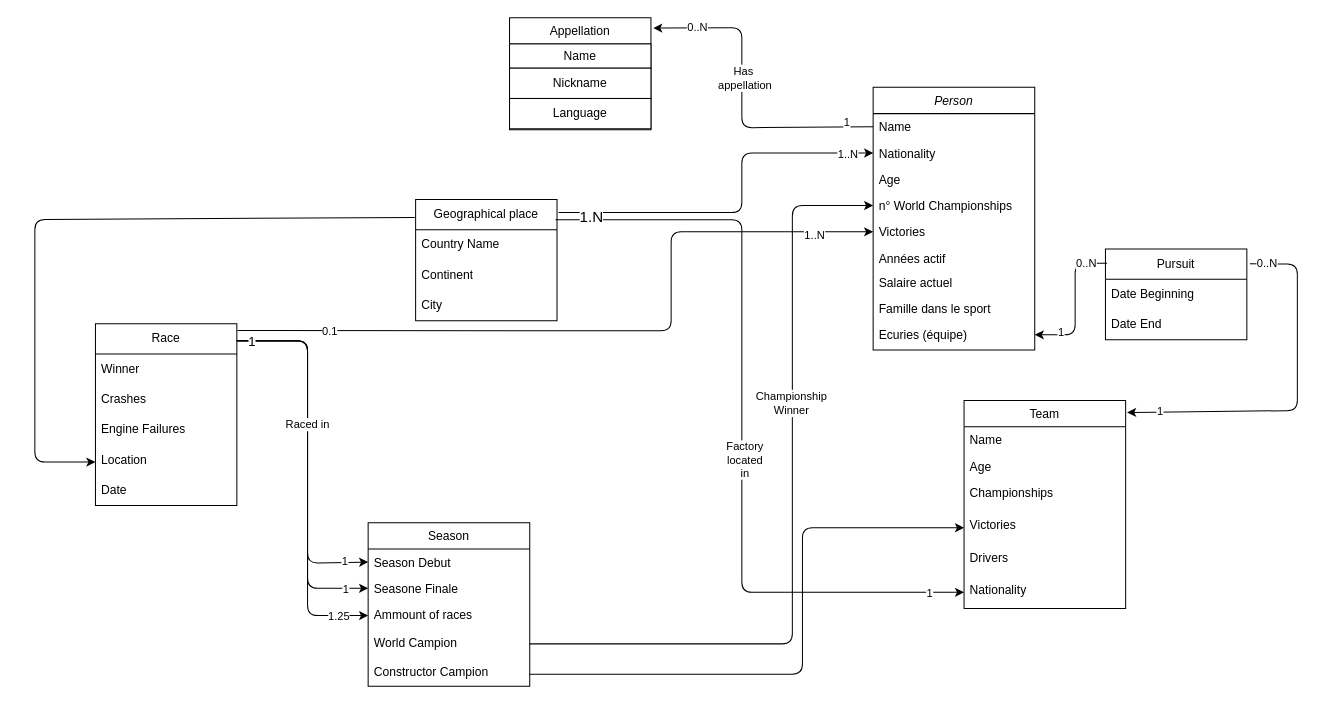
Before: Diagrames Conducteurs(1).drawio in Yoan0/Automobilistes, a draw.io diagram. Source tidied: cells renumbered, new cells numbered last; positions are measured from the earlier drawing's top-left corner, leaving out a move shared by most shapes. Both pictures are drawn from the tidied source at 101%, with x=0, y=0 at pixel (34, 17).
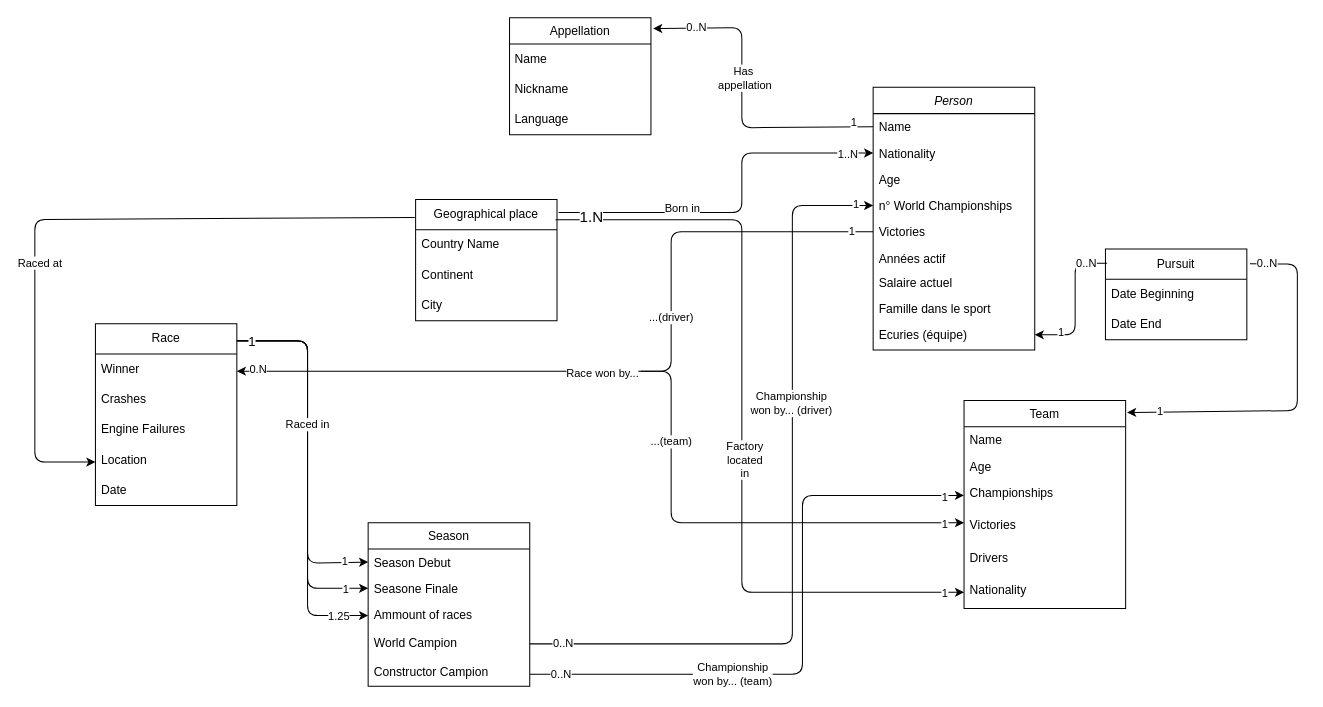
The same diagram, later.

The change refers to these unchanged cells:
```xml
<mxCell id="8" value="Nationality" style="text;align=left;verticalAlign=top;spacingLeft=4;spacingRight=4;overflow=hidden;points=[[0,0.5],[1,0.5]];portConstraint=eastwest;rounded=0;shadow=0;html=0;" parent="6" vertex="1">
  <mxGeometry y="52" width="160" height="26" as="geometry" />
</mxCell>
<mxCell id="11" value="Victories" style="text;align=left;verticalAlign=top;spacingLeft=4;spacingRight=4;overflow=hidden;points=[[0,0.5],[1,0.5]];portConstraint=eastwest;rounded=0;shadow=0;html=0;" parent="6" vertex="1">
  <mxGeometry y="130" width="160" height="26" as="geometry" />
</mxCell>
<mxCell id="19" value="Championships" style="text;align=left;verticalAlign=top;spacingLeft=4;spacingRight=4;overflow=hidden;points=[[0,0.5],[1,0.5]];portConstraint=eastwest;" parent="16" vertex="1">
  <mxGeometry y="78" width="160" height="32" as="geometry" />
</mxCell>
<mxCell id="20" value="Victories" style="text;align=left;verticalAlign=top;spacingLeft=4;spacingRight=4;overflow=hidden;points=[[0,0.5],[1,0.5]];portConstraint=eastwest;" parent="16" vertex="1">
  <mxGeometry y="110" width="160" height="32" as="geometry" />
</mxCell>
<mxCell id="33" style="curved=0;endArrow=classic;html=1;rounded=1;exitX=0;exitY=0.5;exitDx=0;exitDy=0;entryX=1.016;entryY=0.093;entryDx=0;entryDy=0;entryPerimeter=0;" parent="1" edge="1" source="7" target="29">
  <mxGeometry relative="1" as="geometry">
    <Array as="points">
      <mxPoint x="700" y="109" />
      <mxPoint x="700" y="10" />
    </Array>
  </mxGeometry>
</mxCell>
<mxCell id="37" value="Geographical place" style="swimlane;fontStyle=0;horizontal=1;startSize=30;whiteSpace=wrap;html=1;" parent="1" vertex="1">
  <mxGeometry x="377" y="180" width="140" height="120" as="geometry" />
</mxCell>
<mxCell id="41" style="curved=0;endArrow=classic;html=1;rounded=1;entryX=0;entryY=0.5;entryDx=0;entryDy=0;exitX=0.99;exitY=0.167;exitDx=0;exitDy=0;exitPerimeter=0;" parent="1" edge="1" source="37" target="22">
  <mxGeometry relative="1" as="geometry">
    <Array as="points">
      <mxPoint x="700" y="200" />
      <mxPoint x="700" y="569" />
    </Array>
  </mxGeometry>
</mxCell>
<mxCell id="44" style="curved=0;endArrow=classic;html=1;rounded=1;entryX=0;entryY=0.5;entryDx=0;entryDy=0;exitX=1;exitY=0.5;exitDx=0;exitDy=0;" parent="1" edge="1" source="27" target="10">
  <mxGeometry relative="1" as="geometry">
    <Array as="points">
      <mxPoint x="750" y="620" />
      <mxPoint x="750" y="186" />
    </Array>
  </mxGeometry>
</mxCell>
<mxCell id="55" value="Race" style="swimlane;fontStyle=0;horizontal=1;startSize=30;whiteSpace=wrap;html=1;" parent="1" vertex="1">
  <mxGeometry x="60" y="303" width="140" height="180" as="geometry" />
</mxCell>
<mxCell id="61" style="curved=0;endArrow=classic;html=1;rounded=1;exitX=-0.006;exitY=0.148;exitDx=0;exitDy=0;exitPerimeter=0;" parent="1" edge="1" source="37">
  <mxGeometry relative="1" as="geometry">
    <mxPoint x="60" y="440" as="targetPoint" />
    <Array as="points">
      <mxPoint y="200" />
      <mxPoint y="440" />
    </Array>
  </mxGeometry>
</mxCell>
```

Diff of the diagram source:
```diff
@@
     <mxCell id="29" value="Appellation" style="swimlane;fontStyle=0;align=center;verticalAlign=top;horizontal=1;startSize=26;rounded=0;shadow=0;strokeWidth=1;" parent="1" vertex="1">
-      <mxGeometry x="470" width="140" height="111" as="geometry" />
+      <mxGeometry x="470" width="140" height="116" as="geometry" />
     </mxCell>
-    <mxCell id="30" value="Name" style="rounded=0;whiteSpace=wrap;html=1;" parent="29" vertex="1">
-      <mxGeometry y="26" width="140" height="24" as="geometry" />
+    <mxCell id="30" value="&amp;nbsp;Name" style="text;html=1;align=left;verticalAlign=middle;strokeColor=none;fillColor=none;" parent="29" vertex="1">
+      <mxGeometry y="26" width="140" height="30" as="geometry" />
     </mxCell>
-    <mxCell id="31" value="Nickname" style="whiteSpace=wrap;html=1;rounded=0;" parent="29" vertex="1">
-      <mxGeometry y="50" width="140" height="30" as="geometry" />
+    <mxCell id="31" value="&amp;nbsp;Nickname" style="text;html=1;align=left;verticalAlign=middle;strokeColor=none;fillColor=none;" parent="29" vertex="1">
+      <mxGeometry y="56" width="140" height="30" as="geometry" />
     </mxCell>
-    <mxCell id="32" value="Language" style="whiteSpace=wrap;html=1;" parent="29" vertex="1">
-      <mxGeometry y="80" width="140" height="30" as="geometry" />
+    <mxCell id="32" value="&amp;nbsp;Language" style="text;html=1;align=left;verticalAlign=middle;strokeColor=none;fillColor=none;" parent="29" vertex="1">
+      <mxGeometry y="86" width="140" height="30" as="geometry" />
     </mxCell>
@@
     <mxCell id="35" value="1" style="edgeLabel;html=1;align=center;verticalAlign=middle;" parent="33" vertex="1">
       <mxGeometry x="-0.84" y="-5" relative="1" as="geometry">
-        <mxPoint x="-1" as="offset" />
+        <mxPoint x="6" as="offset" />
       </mxGeometry>
     </mxCell>
@@
     <mxCell id="42" value="1" style="edgeLabel;html=1;align=center;verticalAlign=middle;" parent="41" vertex="1">
-      <mxGeometry x="0.91" relative="1" as="geometry" />
+      <mxGeometry x="0.91" relative="1" as="geometry">
+        <mxPoint x="15" as="offset" />
+      </mxGeometry>
     </mxCell>
@@
-    <mxCell id="45" value="&lt;div&gt;Championship&lt;/div&gt;&lt;div&gt;Winner&lt;br&gt;&lt;/div&gt;" style="edgeLabel;html=1;align=center;verticalAlign=middle;" parent="44" vertex="1">
+    <mxCell id="45" value="&lt;div&gt;Championship&lt;/div&gt;&lt;div&gt;won by... (driver)&lt;br&gt;&lt;/div&gt;" style="edgeLabel;html=1;align=center;verticalAlign=middle;" parent="44" vertex="1">
       <mxGeometry x="0.13" y="2" relative="1" as="geometry">
         <mxPoint y="-62" as="offset" />
       </mxGeometry>
     </mxCell>
+    <mxCell id="73" value="1" style="edgeLabel;html=1;align=center;verticalAlign=middle;" parent="44" vertex="1">
+      <mxGeometry x="0.93" y="2" relative="1" as="geometry">
+        <mxPoint x="9" as="offset" />
+      </mxGeometry>
+    </mxCell>
+    <mxCell id="74" value="0..N" style="edgeLabel;html=1;align=center;verticalAlign=middle;" parent="44" vertex="1">
+      <mxGeometry x="-0.93" y="1" relative="1" as="geometry">
+        <mxPoint x="5" as="offset" />
+      </mxGeometry>
+    </mxCell>
@@
+    <mxCell id="75" value="Raced at" style="edgeLabel;html=1;align=center;verticalAlign=middle;" parent="61" vertex="1">
+      <mxGeometry x="0.24" y="4" relative="1" as="geometry" />
+    </mxCell>
-    <mxCell id="62" style="curved=0;endArrow=classic;html=1;rounded=1;entryX=0;entryY=0.5;entryDx=0;entryDy=0;" parent="1" edge="1" target="20">
+    <mxCell id="62" style="curved=0;endArrow=classic;html=1;rounded=1;entryX=0;entryY=0.5;entryDx=0;entryDy=0;" parent="1" edge="1" target="19">
       <mxGeometry relative="1" as="geometry">
         <mxPoint x="490" y="650" as="sourcePoint" />
         <Array as="points">
           <mxPoint x="760" y="650" />
-          <mxPoint x="760" y="505" />
+          <mxPoint x="760" y="473" />
         </Array>
       </mxGeometry>
     </mxCell>
+    <mxCell id="76" value="&lt;div&gt;Championship&lt;/div&gt;&lt;div&gt;won by... (team)&lt;br&gt;&lt;/div&gt;" style="edgeLabel;html=1;align=center;verticalAlign=middle;" parent="62" vertex="1">
+      <mxGeometry x="-0.34" y="1" relative="1" as="geometry" />
+    </mxCell>
+    <mxCell id="77" value="0..N" style="edgeLabel;html=1;align=center;verticalAlign=middle;" parent="62" vertex="1">
+      <mxGeometry x="-0.9" y="1" relative="1" as="geometry" />
+    </mxCell>
+    <mxCell id="78" value="1" style="edgeLabel;html=1;align=center;verticalAlign=middle;" parent="62" vertex="1">
+      <mxGeometry x="0.92" y="-1" relative="1" as="geometry">
+        <mxPoint x="4" as="offset" />
+      </mxGeometry>
+    </mxCell>
@@
+    <mxCell id="70" style="curved=0;endArrow=classic;html=1;rounded=1;exitX=1.011;exitY=0.107;exitDx=0;exitDy=0;exitPerimeter=0;entryX=0;entryY=0.5;entryDx=0;entryDy=0;" parent="1" edge="1" source="37" target="8">
+      <mxGeometry relative="1" as="geometry">
+        <Array as="points">
+          <mxPoint x="700" y="193" />
+          <mxPoint x="700" y="134" />
+        </Array>
+      </mxGeometry>
+    </mxCell>
+    <mxCell id="71" value="1..N" style="edgeLabel;html=1;align=center;verticalAlign=middle;" parent="70" vertex="1">
+      <mxGeometry x="0.86" relative="1" as="geometry" />
+    </mxCell>
+    <mxCell id="79" value="Born in" style="edgeLabel;html=1;align=center;verticalAlign=middle;" parent="70" vertex="1">
+      <mxGeometry x="-0.2" y="4" relative="1" as="geometry">
+        <mxPoint x="-26" as="offset" />
+      </mxGeometry>
+    </mxCell>
+    <mxCell id="72" value="1.N" style="edgeLabel;html=1;align=center;verticalAlign=middle;fontSize=15;" parent="1" vertex="1">
+      <mxGeometry x="560" y="199" as="geometry">
+        <mxPoint x="-10" y="-3" as="offset" />
+      </mxGeometry>
+    </mxCell>
-    <mxCell id="67" style="curved=0;endArrow=classic;html=1;rounded=1;exitX=1.004;exitY=0.037;exitDx=0;exitDy=0;exitPerimeter=0;entryX=0;entryY=0.5;entryDx=0;entryDy=0;" parent="1" edge="1" source="55" target="11">
+    <mxCell id="67" style="curved=0;endArrow=classic;html=1;rounded=1;exitX=0;exitY=0.5;exitDx=0;exitDy=0;" parent="1" edge="1" source="11">
       <mxGeometry relative="1" as="geometry">
+        <mxPoint x="200" y="350" as="targetPoint" />
         <Array as="points">
-          <mxPoint x="630" y="310" />
           <mxPoint x="630" y="212" />
+          <mxPoint x="630" y="350" />
         </Array>
       </mxGeometry>
     </mxCell>
-    <mxCell id="68" value="0.1" style="edgeLabel;html=1;align=center;verticalAlign=middle;" parent="67" vertex="1">
-      <mxGeometry x="-0.75" y="-1" relative="1" as="geometry" />
+    <mxCell id="68" value="1" style="edgeLabel;html=1;align=center;verticalAlign=middle;" parent="67" vertex="1">
+      <mxGeometry x="-0.75" y="-1" relative="1" as="geometry">
+        <mxPoint x="74" as="offset" />
+      </mxGeometry>
     </mxCell>
-    <mxCell id="69" value="1..N" style="edgeLabel;html=1;align=center;verticalAlign=middle;" parent="67" vertex="1">
-      <mxGeometry x="0.84" y="-3" relative="1" as="geometry" />
+    <mxCell id="69" value="0.N" style="edgeLabel;html=1;align=center;verticalAlign=middle;" parent="67" vertex="1">
+      <mxGeometry x="0.84" y="-3" relative="1" as="geometry">
+        <mxPoint x="-41" as="offset" />
+      </mxGeometry>
     </mxCell>
-    <mxCell id="70" style="curved=0;endArrow=classic;html=1;rounded=1;exitX=1.011;exitY=0.107;exitDx=0;exitDy=0;exitPerimeter=0;entryX=0;entryY=0.5;entryDx=0;entryDy=0;" parent="1" edge="1" source="37" target="8">
-      <mxGeometry relative="1" as="geometry">
-        <Array as="points">
-          <mxPoint x="700" y="193" />
-          <mxPoint x="700" y="134" />
-        </Array>
-      </mxGeometry>
-    </mxCell>
-    <mxCell id="71" value="1..N" style="edgeLabel;html=1;align=center;verticalAlign=middle;" parent="70" vertex="1">
-      <mxGeometry x="0.86" relative="1" as="geometry" />
-    </mxCell>
-    <mxCell id="72" value="1.N" style="edgeLabel;html=1;align=center;verticalAlign=middle;fontSize=15;" parent="1" vertex="1">
-      <mxGeometry x="560" y="199" as="geometry">
-        <mxPoint x="-10" y="-3" as="offset" />
-      </mxGeometry>
-    </mxCell>
+    <mxCell id="80" value="Race won by..." style="edgeLabel;html=1;align=center;verticalAlign=middle;" parent="67" vertex="1">
+      <mxGeometry x="0.06" y="1" relative="1" as="geometry" />
+    </mxCell>
+    <mxCell id="81" value="...(driver)" style="edgeLabel;html=1;align=center;verticalAlign=middle;" parent="67" vertex="1">
+      <mxGeometry x="-0.26" y="-1" relative="1" as="geometry" />
+    </mxCell>
+    <mxCell id="82" style="curved=0;endArrow=classic;html=1;rounded=1;entryX=0;entryY=0.344;entryDx=0;entryDy=0;entryPerimeter=0;" parent="1" edge="1" target="20">
+      <mxGeometry relative="1" as="geometry">
+        <mxPoint x="600" y="350" as="sourcePoint" />
+        <Array as="points">
+          <mxPoint x="630" y="350" />
+          <mxPoint x="630" y="500" />
+        </Array>
+      </mxGeometry>
+    </mxCell>
+    <mxCell id="83" value="...(team)" style="edgeLabel;html=1;align=center;verticalAlign=middle;" parent="82" vertex="1">
+      <mxGeometry x="-0.58" y="-1" relative="1" as="geometry" />
+    </mxCell>
+    <mxCell id="84" value="1" style="edgeLabel;html=1;align=center;verticalAlign=middle;" parent="82" vertex="1">
+      <mxGeometry x="0.92" y="-1" relative="1" as="geometry" />
+    </mxCell>
```
